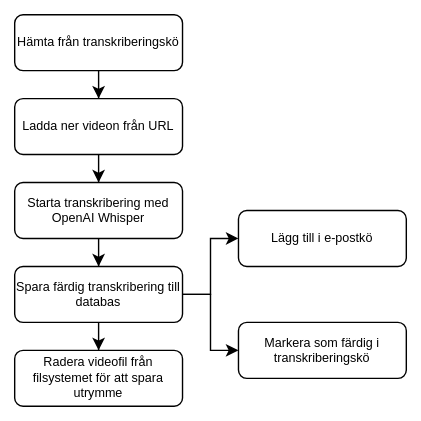
Earlier version of the draw.io export docs/images/transcription-flowchart.svg (seffradev/youtube-transcription-service). Source tidied: cells renumbered, new cells last; positions are measured from the earlier drawing's top-left corner, leaving out a move shared by most shapes. Its diagram source:
```xml
<mxGraphModel>
  <root>
    <mxCell id="0" />
    <mxCell id="1" parent="0" />
    <mxCell id="2" style="edgeStyle=orthogonalEdgeStyle;rounded=0;jettySize=auto;html=1;" parent="1" edge="1" source="3" target="5">
      <mxGeometry relative="1" as="geometry" />
    </mxCell>
    <mxCell id="3" value="Hämta från transkriberingskö" style="rounded=1;whiteSpace=wrap;html=1;fontSize=9;glass=0;strokeWidth=1;shadow=0;" parent="1" vertex="1">
      <mxGeometry width="120" height="40" as="geometry" />
    </mxCell>
    <mxCell id="4" style="edgeStyle=orthogonalEdgeStyle;rounded=0;jettySize=auto;html=1;" parent="1" edge="1" source="5" target="7">
      <mxGeometry relative="1" as="geometry" />
    </mxCell>
    <mxCell id="5" value="Ladda ner videon från URL" style="rounded=1;whiteSpace=wrap;html=1;fontSize=9;glass=0;strokeWidth=1;shadow=0;" parent="1" vertex="1">
      <mxGeometry y="60" width="120" height="40" as="geometry" />
    </mxCell>
    <mxCell id="6" style="edgeStyle=orthogonalEdgeStyle;rounded=0;jettySize=auto;html=1;" parent="1" edge="1" source="7" target="11">
      <mxGeometry relative="1" as="geometry" />
    </mxCell>
    <mxCell id="7" value="Starta transkribering med OpenAI Whisper" style="rounded=1;whiteSpace=wrap;html=1;fontSize=9;glass=0;strokeWidth=1;shadow=0;" parent="1" vertex="1">
      <mxGeometry y="120" width="120" height="40" as="geometry" />
    </mxCell>
    <mxCell id="8" style="edgeStyle=orthogonalEdgeStyle;rounded=0;jettySize=auto;html=1;" parent="1" edge="1" source="11" target="12">
      <mxGeometry relative="1" as="geometry" />
    </mxCell>
    <mxCell id="9" style="edgeStyle=orthogonalEdgeStyle;rounded=0;jettySize=auto;html=1;" parent="1" edge="1" source="11" target="13">
      <mxGeometry relative="1" as="geometry" />
    </mxCell>
    <mxCell id="10" style="edgeStyle=orthogonalEdgeStyle;rounded=0;jettySize=auto;html=1;exitX=1;exitY=0.5;exitDx=0;exitDy=0;entryX=0;entryY=0.5;entryDx=0;entryDy=0;" parent="1" edge="1" source="11" target="14">
      <mxGeometry relative="1" as="geometry" />
    </mxCell>
    <mxCell id="11" value="Spara färdig transkribering till databas" style="rounded=1;whiteSpace=wrap;html=1;fontSize=9;glass=0;strokeWidth=1;shadow=0;" parent="1" vertex="1">
      <mxGeometry y="180" width="120" height="40" as="geometry" />
    </mxCell>
    <mxCell id="12" value="Radera videofil från filsystemet för att spara utrymme" style="rounded=1;whiteSpace=wrap;html=1;fontSize=9;glass=0;strokeWidth=1;shadow=0;" parent="1" vertex="1">
      <mxGeometry y="240" width="120" height="40" as="geometry" />
    </mxCell>
    <mxCell id="13" value="Lägg till i e-postkö" style="rounded=1;whiteSpace=wrap;html=1;fontSize=9;glass=0;strokeWidth=1;shadow=0;" parent="1" vertex="1">
      <mxGeometry x="160" y="140" width="120" height="40" as="geometry" />
    </mxCell>
    <mxCell id="14" value="Markera som färdig i transkriberingskö" style="rounded=1;whiteSpace=wrap;html=1;fontSize=9;glass=0;strokeWidth=1;shadow=0;" parent="1" vertex="1">
      <mxGeometry x="160" y="220" width="120" height="40" as="geometry" />
    </mxCell>
  </root>
</mxGraphModel>
```
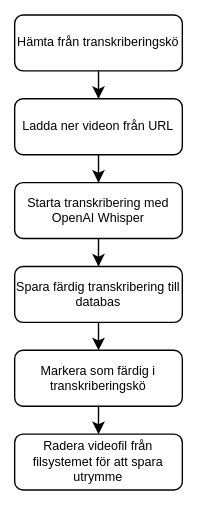
The same file after the commit.

What changed in the source:
```diff
@@ -20,26 +20,20 @@
     <mxCell id="7" value="Starta transkribering med OpenAI Whisper" style="rounded=1;whiteSpace=wrap;html=1;fontSize=9;glass=0;strokeWidth=1;shadow=0;" parent="1" vertex="1">
       <mxGeometry y="120" width="120" height="40" as="geometry" />
     </mxCell>
-    <mxCell id="8" style="edgeStyle=orthogonalEdgeStyle;rounded=0;jettySize=auto;html=1;" parent="1" edge="1" source="11" target="12">
-      <mxGeometry relative="1" as="geometry" />
-    </mxCell>
-    <mxCell id="9" style="edgeStyle=orthogonalEdgeStyle;rounded=0;jettySize=auto;html=1;" parent="1" edge="1" source="11" target="13">
-      <mxGeometry relative="1" as="geometry" />
-    </mxCell>
-    <mxCell id="10" style="edgeStyle=orthogonalEdgeStyle;rounded=0;jettySize=auto;html=1;exitX=1;exitY=0.5;exitDx=0;exitDy=0;entryX=0;entryY=0.5;entryDx=0;entryDy=0;" parent="1" edge="1" source="11" target="14">
+    <mxCell id="10" style="edgeStyle=orthogonalEdgeStyle;rounded=0;jettySize=auto;html=1;exitX=0.5;exitY=1;exitDx=0;exitDy=0;entryX=0.5;entryY=0;entryDx=0;entryDy=0;" parent="1" edge="1" source="11" target="14">
       <mxGeometry relative="1" as="geometry" />
     </mxCell>
     <mxCell id="11" value="Spara färdig transkribering till databas" style="rounded=1;whiteSpace=wrap;html=1;fontSize=9;glass=0;strokeWidth=1;shadow=0;" parent="1" vertex="1">
       <mxGeometry y="180" width="120" height="40" as="geometry" />
     </mxCell>
     <mxCell id="12" value="Radera videofil från filsystemet för att spara utrymme" style="rounded=1;whiteSpace=wrap;html=1;fontSize=9;glass=0;strokeWidth=1;shadow=0;" parent="1" vertex="1">
-      <mxGeometry y="240" width="120" height="40" as="geometry" />
+      <mxGeometry y="300" width="120" height="40" as="geometry" />
     </mxCell>
-    <mxCell id="13" value="Lägg till i e-postkö" style="rounded=1;whiteSpace=wrap;html=1;fontSize=9;glass=0;strokeWidth=1;shadow=0;" parent="1" vertex="1">
-      <mxGeometry x="160" y="140" width="120" height="40" as="geometry" />
-    </mxCell>
+    <mxCell id="15" style="edgeStyle=orthogonalEdgeStyle;rounded=0;jettySize=auto;html=1;exitX=0.5;exitY=1;exitDx=0;exitDy=0;entryX=0.5;entryY=0;entryDx=0;entryDy=0;" parent="1" edge="1" source="14" target="12">
+      <mxGeometry relative="1" as="geometry" />
+    </mxCell>
     <mxCell id="14" value="Markera som färdig i transkriberingskö" style="rounded=1;whiteSpace=wrap;html=1;fontSize=9;glass=0;strokeWidth=1;shadow=0;" parent="1" vertex="1">
-      <mxGeometry x="160" y="220" width="120" height="40" as="geometry" />
+      <mxGeometry y="240" width="120" height="40" as="geometry" />
     </mxCell>
   </root>
 </mxGraphModel>
```
